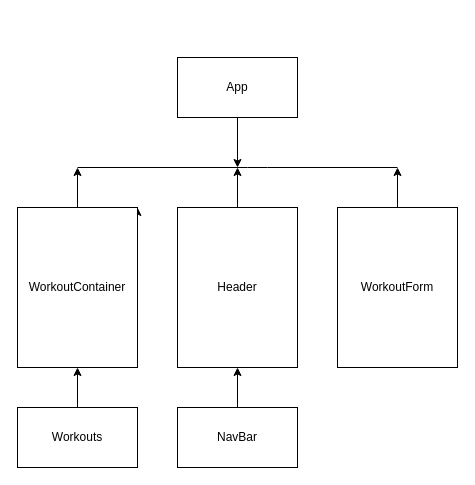
Above: .drawio in kennethlatour/Victory-React-Project (draw.io), before the change. Source tidied: cells renumbered, new cells numbered last; positions are measured from the earlier drawing's top-left corner, leaving out a move shared by most shapes. Both pictures are drawn from the tidied source at 100%, with x=0, y=0 at pixel (17, 57).
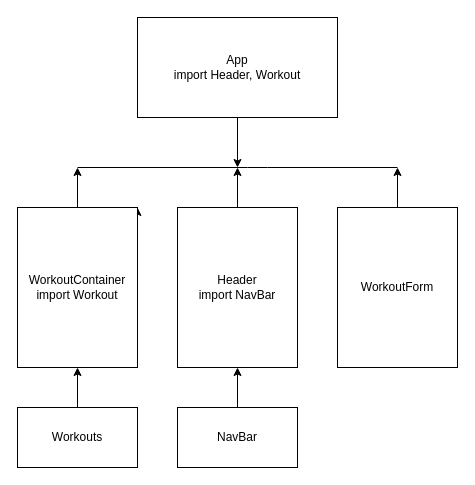
After the change.

Change to the diagram source:
```diff
@@
-    <mxCell id="3" value="App" style="rounded=0;whiteSpace=wrap;html=1;" parent="1" vertex="1">
-      <mxGeometry x="160" width="120" height="60" as="geometry" />
+    <mxCell id="3" value="App&lt;br&gt;import Header, Workout" style="rounded=0;whiteSpace=wrap;html=1;" parent="1" vertex="1">
+      <mxGeometry x="120" y="-40" width="200" height="100" as="geometry" />
     </mxCell>
@@
-    <mxCell id="6" value="WorkoutContainer" style="rounded=0;whiteSpace=wrap;html=1;" parent="1" vertex="1">
+    <mxCell id="6" value="WorkoutContainer&lt;br&gt;import Workout" style="rounded=0;whiteSpace=wrap;html=1;" parent="1" vertex="1">
       <mxGeometry y="150" width="120" height="160" as="geometry" />
     </mxCell>
@@
-    <mxCell id="10" value="Header" style="rounded=0;whiteSpace=wrap;html=1;" parent="1" vertex="1">
+    <mxCell id="10" value="Header&lt;br&gt;import NavBar" style="rounded=0;whiteSpace=wrap;html=1;" parent="1" vertex="1">
       <mxGeometry x="160" y="150" width="120" height="160" as="geometry" />
     </mxCell>
```
